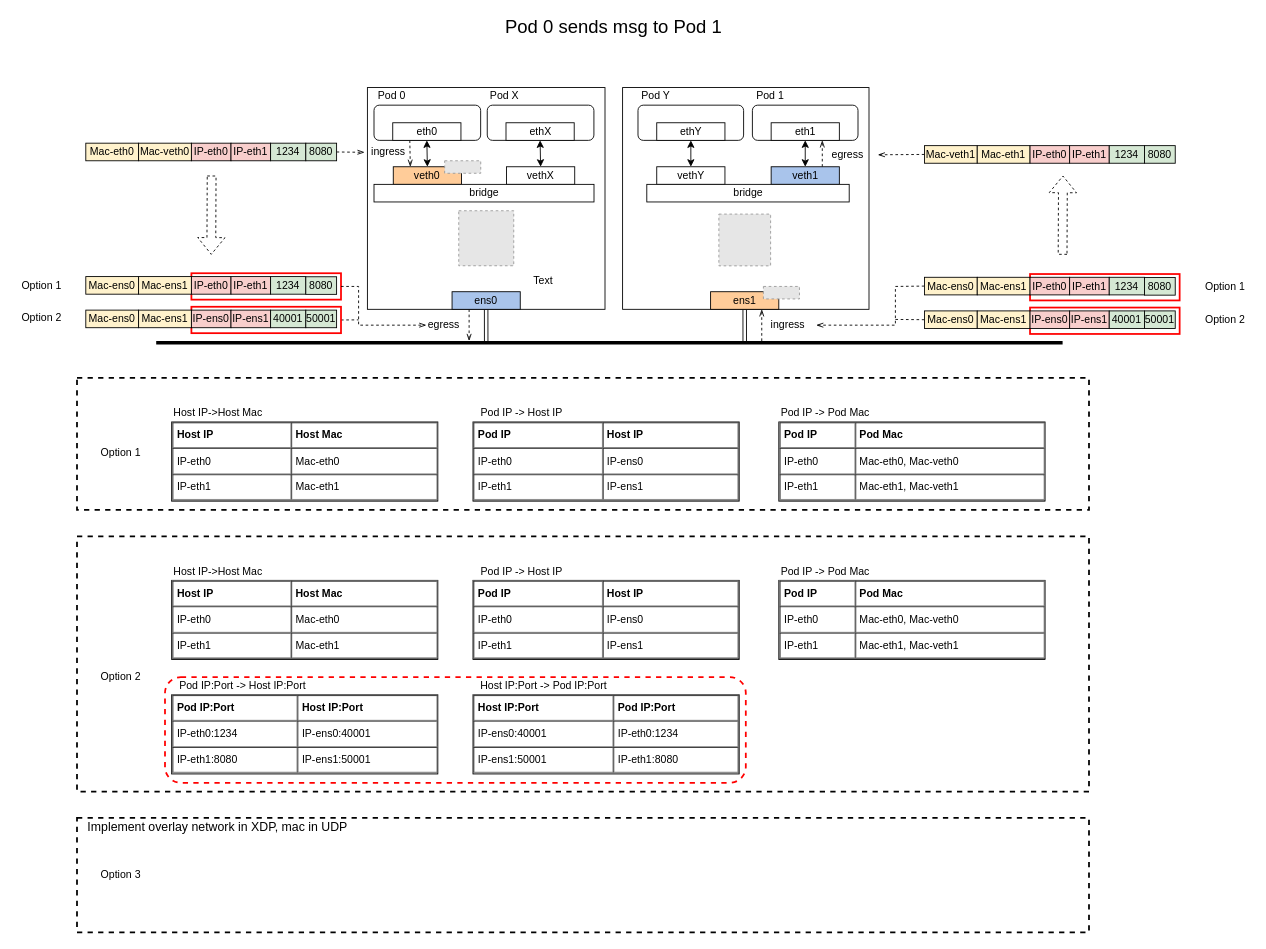
Above: ebpf+nic.drawio in LuyaoZhong/Figures (draw.io), before the change. Source tidied: cells renumbered, new cells numbered last; positions are measured from the earlier drawing's top-left corner, leaving out a move shared by most shapes. Both pictures are drawn from the tidied source at 88%, with x=0, y=0 at pixel (15, 17). Pictures stored in the file or linked from it are replaced by grey dashed boxes.
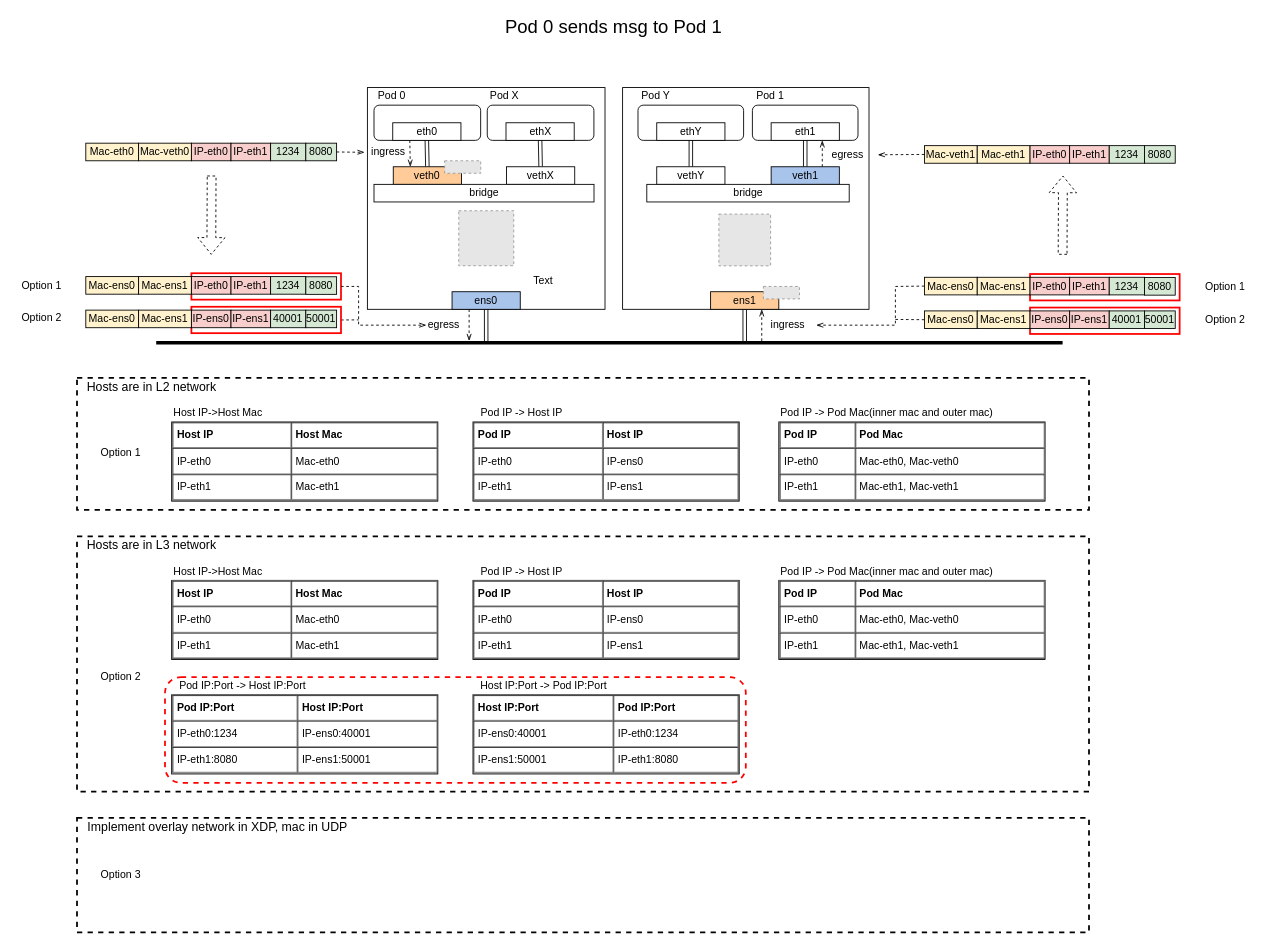
Above is the later version.

The change refers to these unchanged cells:
```xml
<mxCell id="11" value="eth0" style="rounded=0;whiteSpace=wrap;html=1;fillColor=#FFFFFF;" parent="1" vertex="1">
  <mxGeometry x="428.8" y="120" width="77.5" height="20" as="geometry" />
</mxCell>
<mxCell id="19" value="veth0" style="rounded=0;whiteSpace=wrap;html=1;fillColor=#FFCC99;" parent="1" vertex="1">
  <mxGeometry x="429.4" y="170" width="77.5" height="20" as="geometry" />
</mxCell>
<mxCell id="22" value="ethX" style="rounded=0;whiteSpace=wrap;html=1;fillColor=#FFFFFF;" parent="1" vertex="1">
  <mxGeometry x="557.5" y="120" width="77.5" height="20" as="geometry" />
</mxCell>
<mxCell id="24" value="vethX" style="rounded=0;whiteSpace=wrap;html=1;fillColor=#FFFFFF;" parent="1" vertex="1">
  <mxGeometry x="558.1" y="170" width="77.5" height="20" as="geometry" />
</mxCell>
<mxCell id="27" value="ethY" style="rounded=0;whiteSpace=wrap;html=1;fillColor=#FFFFFF;" parent="1" vertex="1">
  <mxGeometry x="728.8" y="120" width="77.5" height="20" as="geometry" />
</mxCell>
<mxCell id="29" value="vethY" style="rounded=0;whiteSpace=wrap;html=1;fillColor=#FFFFFF;" parent="1" vertex="1">
  <mxGeometry x="728.8" y="170" width="77.5" height="20" as="geometry" />
</mxCell>
<mxCell id="32" value="eth1" style="rounded=0;whiteSpace=wrap;html=1;fillColor=#FFFFFF;" parent="1" vertex="1">
  <mxGeometry x="858.8" y="120" width="77.5" height="20" as="geometry" />
</mxCell>
<mxCell id="35" value="veth1" style="rounded=0;whiteSpace=wrap;html=1;fillColor=#A9C4EB;" parent="1" vertex="1">
  <mxGeometry x="858.8" y="170" width="77.5" height="20" as="geometry" />
</mxCell>
```

Diff of the diagram source:
```diff
@@
-    <mxCell id="18" style="endArrow=classic;startArrow=classic;html=1;entryX=0.5;entryY=1;entryDx=0;entryDy=0;exitX=0.5;exitY=0;exitDx=0;exitDy=0;" parent="1" edge="1" source="19" target="11">
+    <mxCell id="18" style="endArrow=classic;startArrow=classic;html=1;entryX=0.5;entryY=1;entryDx=0;entryDy=0;exitX=0.5;exitY=0;exitDx=0;exitDy=0;shape=link;" parent="1" edge="1" source="19" target="11">
       <mxGeometry relative="1" as="geometry" />
     </mxCell>
@@
-    <mxCell id="23" style="endArrow=classic;startArrow=classic;html=1;entryX=0.5;entryY=1;entryDx=0;entryDy=0;exitX=0.5;exitY=0;exitDx=0;exitDy=0;" parent="1" edge="1" source="24" target="22">
+    <mxCell id="23" style="endArrow=classic;startArrow=classic;html=1;entryX=0.5;entryY=1;entryDx=0;entryDy=0;exitX=0.5;exitY=0;exitDx=0;exitDy=0;shape=link;" parent="1" edge="1" source="24" target="22">
       <mxGeometry relative="1" as="geometry" />
     </mxCell>
@@
-    <mxCell id="28" style="endArrow=classic;startArrow=classic;html=1;entryX=0.5;entryY=1;entryDx=0;entryDy=0;exitX=0.5;exitY=0;exitDx=0;exitDy=0;" parent="1" edge="1" source="29" target="27">
+    <mxCell id="28" style="endArrow=classic;startArrow=classic;html=1;entryX=0.5;entryY=1;entryDx=0;entryDy=0;exitX=0.5;exitY=0;exitDx=0;exitDy=0;shape=link;" parent="1" edge="1" source="29" target="27">
       <mxGeometry relative="1" as="geometry" />
     </mxCell>
@@
-    <mxCell id="33" style="endArrow=classic;startArrow=classic;html=1;entryX=0.5;entryY=1;entryDx=0;entryDy=0;exitX=0.5;exitY=0;exitDx=0;exitDy=0;" parent="1" edge="1" source="35" target="32">
+    <mxCell id="33" style="endArrow=classic;startArrow=classic;html=1;entryX=0.5;entryY=1;entryDx=0;entryDy=0;exitX=0.5;exitY=0;exitDx=0;exitDy=0;shape=link;" parent="1" edge="1" source="35" target="32">
       <mxGeometry relative="1" as="geometry" />
     </mxCell>
@@
-    <mxCell id="98" value="Pod IP -&amp;gt; Pod Mac" style="text;html=1;align=center;verticalAlign=middle;strokeColor=none;" parent="1" vertex="1">
-      <mxGeometry x="860" y="440" width="120" height="20" as="geometry" />
+    <mxCell id="98" value="Pod IP -&amp;gt; Pod Mac(inner mac and outer mac)" style="text;html=1;align=center;verticalAlign=middle;strokeColor=none;" parent="1" vertex="1">
+      <mxGeometry x="860" y="440" width="260" height="20" as="geometry" />
     </mxCell>
@@
-    <mxCell id="107" value="Pod IP -&amp;gt; Pod Mac" style="text;html=1;align=center;verticalAlign=middle;strokeColor=none;" parent="1" vertex="1">
-      <mxGeometry x="860" y="620" width="120" height="20" as="geometry" />
-    </mxCell>
@@
+    <mxCell id="122" value="Pod IP -&amp;gt; Pod Mac(inner mac and outer mac)" style="text;html=1;align=center;verticalAlign=middle;strokeColor=none;" parent="1" vertex="1">
+      <mxGeometry x="860" y="620" width="260" height="20" as="geometry" />
+    </mxCell>
+    <mxCell id="123" value="&lt;font style=&quot;font-size: 14px&quot;&gt;Hosts are in L2 network&lt;/font&gt;" style="text;html=1;strokeColor=none;fillColor=none;align=center;verticalAlign=middle;whiteSpace=wrap;rounded=0;dashed=1;" parent="1" vertex="1">
+      <mxGeometry x="80" y="410" width="150" height="20" as="geometry" />
+    </mxCell>
+    <mxCell id="124" value="&lt;font style=&quot;font-size: 14px&quot;&gt;Hosts are in L3 network&lt;/font&gt;" style="text;html=1;strokeColor=none;fillColor=none;align=center;verticalAlign=middle;whiteSpace=wrap;rounded=0;dashed=1;" parent="1" vertex="1">
+      <mxGeometry x="80" y="590" width="150" height="20" as="geometry" />
+    </mxCell>
```
